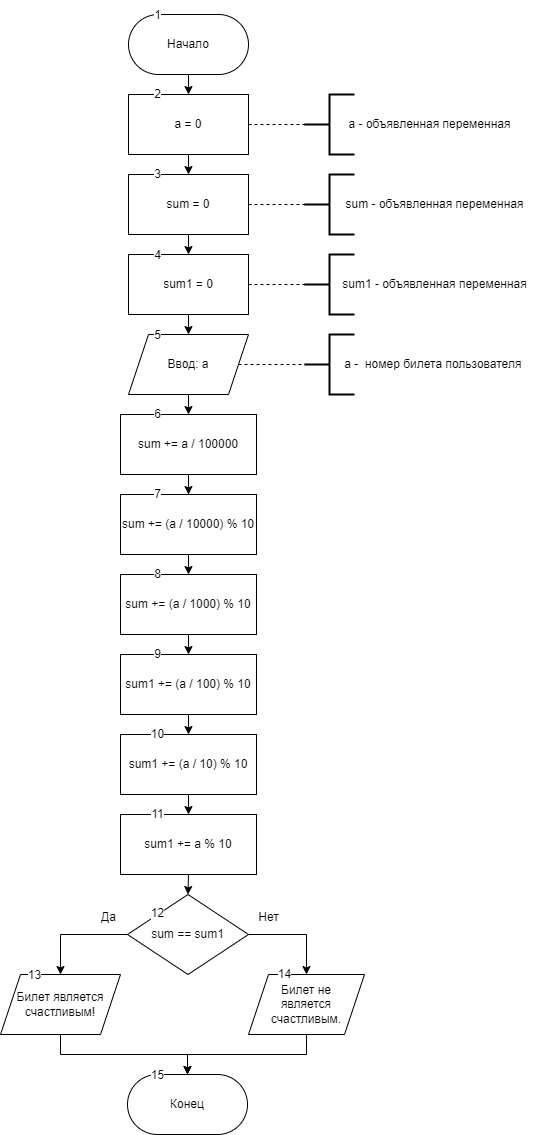
Before: pr5/pr5.png, a diagram exported from draw.io (DeFis33/pr). Source tidied: cells renumbered, new cells last; positions are measured from the earlier drawing's top-left corner, leaving out a move shared by most shapes.
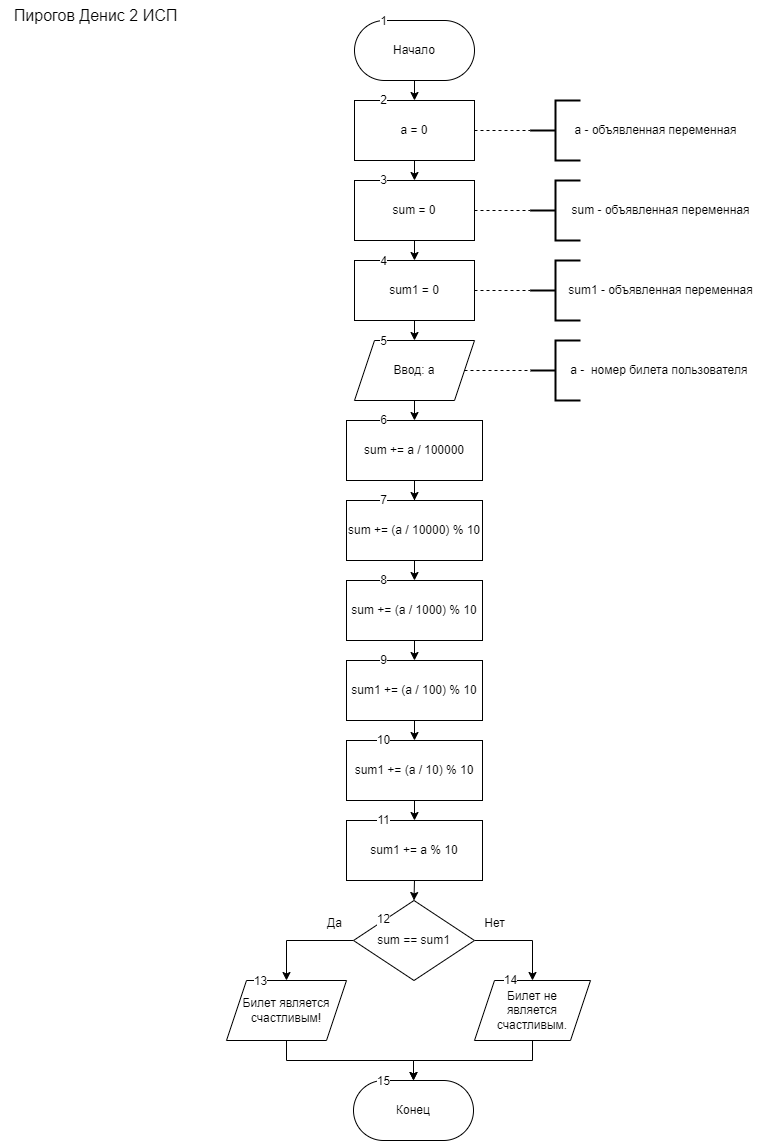
The same diagram one commit later.

The edit, as a diff of the source:
```diff
@@ -179,5 +179,8 @@
     <mxCell id="60" value="a -&amp;nbsp; номер билета пользователя&amp;nbsp;" style="text;html=1;align=center;verticalAlign=middle;strokeColor=none;fillColor=none;" parent="1" vertex="1">
       <mxGeometry x="334" y="349" width="200" height="30" as="geometry" />
     </mxCell>
+    <mxCell id="61" value="&lt;font style=&quot;font-size: 16px;&quot;&gt;Пирогов Денис 2 ИСП&lt;/font&gt;" style="text;html=1;align=center;verticalAlign=middle;strokeColor=none;fillColor=none;" parent="1" vertex="1">
+      <mxGeometry x="-226" y="-6" width="190" height="30" as="geometry" />
+    </mxCell>
   </root>
 </mxGraphModel>
```
